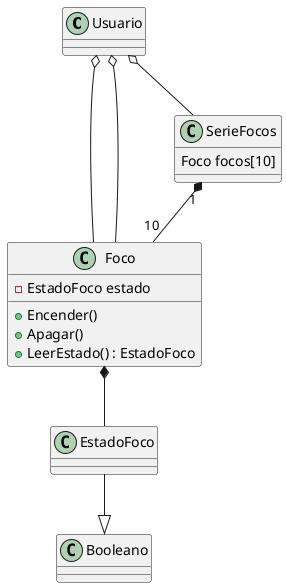
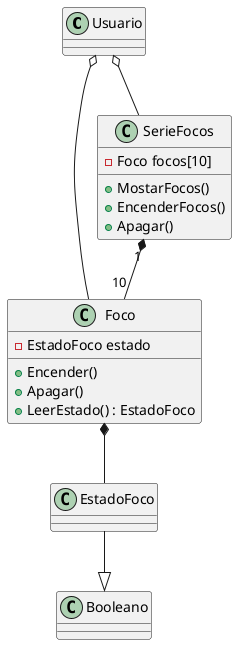
- @startuml Foco
+ @startuml foco

class Usuario

class Foco{
- - EstadoFoco estado
- + Encender()
- + Apagar()
- + LeerEstado() : EstadoFoco
+     - EstadoFoco estado
+     + Encender()
+     + Apagar()
+     + LeerEstado() : EstadoFoco
}

class EstadoFoco
class SerieFocos{
-     Foco focos[10]
+     - Foco focos[10]
+     + MostarFocos()
+     + EncenderFocos()
+     + Apagar()
}

Usuario o-- Foco
Foco *-- EstadoFoco
EstadoFoco --|> Booleano
- SerieFocos "1" *--"10" Foco
+ SerieFocos "1" *-- "10" Foco
Usuario o-- SerieFocos

- 
- Usuario o-- Foco
- 
- 
@enduml